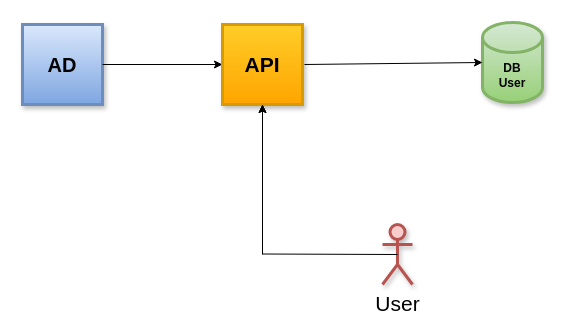
Before: Diagramme sans nom.drawio in grape79/Diagram-Users-api, a draw.io diagram. Source tidied: cells renumbered, new cells numbered last; positions are measured from the earlier drawing's top-left corner, leaving out a move shared by most shapes. Both pictures are drawn from the tidied source at 100%, with x=0, y=0 at pixel (22, 22).
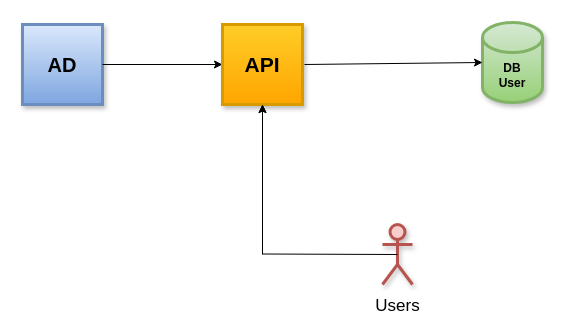
The same page after the edit.

Commit message:
Mettre à jour Diagramme sans nom.drawio

What changed in the source:
```diff
@@
 <mxGraphModel>
   <root>
     <mxCell id="0" />
     <mxCell id="1" parent="0" />
     <mxCell id="2" value="&lt;span style=&quot;font-size: 20px;&quot;&gt;AD&lt;/span&gt;" style="whiteSpace=wrap;html=1;strokeWidth=3;rounded=0;glass=0;shadow=1;fontStyle=1;fontSize=20;fillColor=#dae8fc;gradientColor=#7ea6e0;strokeColor=#6c8ebf;fontColor=#000000;" parent="1" vertex="1">
       <mxGeometry y="2" width="80" height="80" as="geometry" />
     </mxCell>
     <mxCell id="3" style="endArrow=classic;html=1;rounded=0;exitX=1;exitY=0.5;exitDx=0;exitDy=0;" parent="1" edge="1" source="2">
       <mxGeometry relative="1" as="geometry">
         <mxPoint x="200" y="42" as="targetPoint" />
       </mxGeometry>
     </mxCell>
     <mxCell id="4" value="&lt;div&gt;&lt;b&gt;DB&lt;/b&gt;&lt;/div&gt;&lt;div&gt;&lt;b&gt;User&lt;br&gt;&lt;/b&gt;&lt;/div&gt;" style="shape=cylinder3;whiteSpace=wrap;html=1;boundedLbl=1;backgroundOutline=1;size=15;strokeWidth=3;shadow=1;gradientColor=#97d077;fillColor=#d5e8d4;strokeColor=#82b366;fontColor=#000000;" parent="1" vertex="1">
       <mxGeometry x="460" width="60" height="80" as="geometry" />
     </mxCell>
     <mxCell id="5" value="API" style="whiteSpace=wrap;html=1;rounded=0;shadow=1;glass=0;sketch=0;strokeWidth=3;fontStyle=1;fontSize=21;fillColor=#ffcd28;gradientColor=#ffa500;strokeColor=#d79b00;" parent="1" vertex="1">
       <mxGeometry x="200" y="2" width="80" height="80" as="geometry" />
     </mxCell>
     <mxCell id="6" style="endArrow=classic;html=1;rounded=0;fontSize=21;fontColor=#020202;entryX=0;entryY=0.5;entryDx=0;entryDy=0;entryPerimeter=0;exitX=1;exitY=0.5;exitDx=0;exitDy=0;" parent="1" edge="1" target="4">
       <mxGeometry relative="1" as="geometry">
         <mxPoint x="282" y="42" as="sourcePoint" />
       </mxGeometry>
     </mxCell>
-    <mxCell id="7" value="User" style="shape=umlActor;verticalLabelPosition=bottom;verticalAlign=top;html=1;outlineConnect=0;rounded=0;shadow=1;glass=0;sketch=0;strokeWidth=3;fontSize=21;fillColor=#f8cecc;strokeColor=#b85450;" parent="1" vertex="1">
+    <mxCell id="7" value="&lt;font style=&quot;font-size: 17px;&quot;&gt;Users&lt;/font&gt;" style="shape=umlActor;verticalLabelPosition=bottom;verticalAlign=top;html=1;outlineConnect=0;rounded=0;shadow=1;glass=0;sketch=0;strokeWidth=3;fontSize=21;fillColor=#f8cecc;strokeColor=#b85450;" parent="1" vertex="1">
       <mxGeometry x="360" y="202" width="30" height="60" as="geometry" />
     </mxCell>
     <mxCell id="8" style="endArrow=classic;html=1;rounded=0;fontSize=21;fontColor=#020202;" parent="1" edge="1">
       <mxGeometry relative="1" as="geometry">
         <mxPoint x="240" y="222" as="sourcePoint" />
         <mxPoint x="240" y="82" as="targetPoint" />
       </mxGeometry>
     </mxCell>
     <mxCell id="9" style="endArrow=classic;html=1;rounded=0;fontSize=21;fontColor=#020202;" parent="1" edge="1">
       <mxGeometry relative="1" as="geometry">
         <mxPoint x="240" y="232" as="sourcePoint" />
         <mxPoint x="240" y="82" as="targetPoint" />
       </mxGeometry>
     </mxCell>
     <mxCell id="10" style="endArrow=none;html=1;rounded=0;fontSize=21;fontColor=#020202;entryX=0.5;entryY=0.5;entryDx=0;entryDy=0;entryPerimeter=0;" parent="1" edge="1" target="7">
       <mxGeometry relative="1" as="geometry">
         <mxPoint x="240" y="231.5" as="sourcePoint" />
       </mxGeometry>
     </mxCell>
   </root>
 </mxGraphModel>
```
